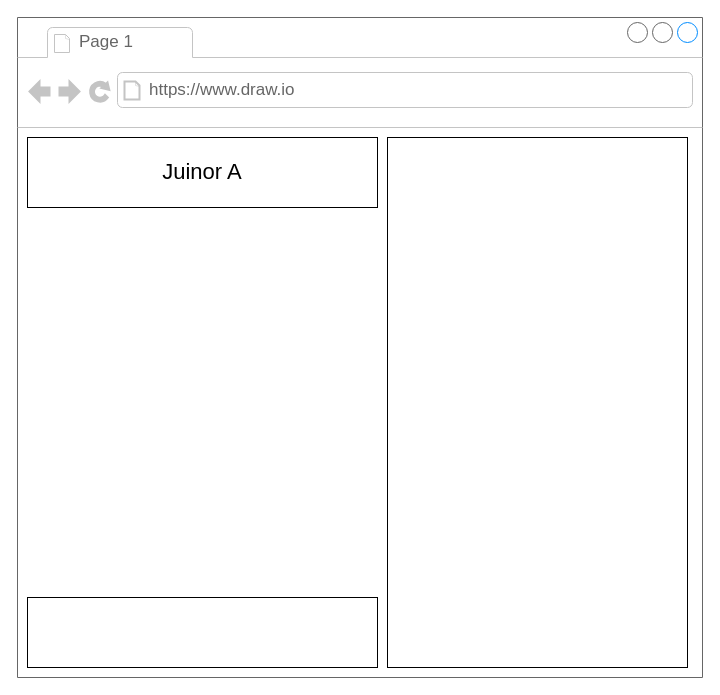
Before: page "Page-4" (4 of 4) of plan.drawio in ASDAH-Digtal/website-lilietablo, a draw.io diagram. Source tidied: cells renumbered, new cells numbered last; positions are measured from the earlier drawing's top-left corner, leaving out a move shared by most shapes. Both pictures are drawn from the tidied source at 100%, with x=0, y=0 at pixel (17, 17).
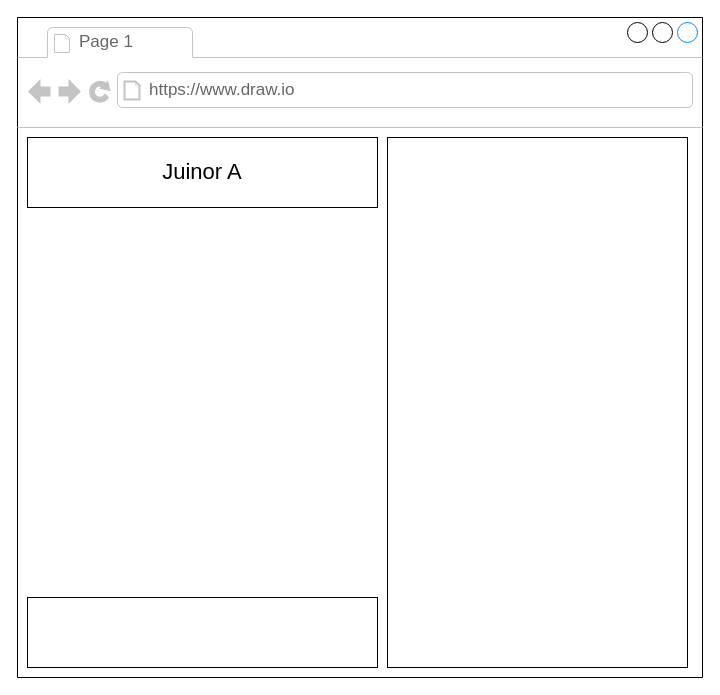
After the change.

Change to the diagram source:
```diff
@@
 <mxGraphModel>
   <root>
     <mxCell id="0" />
     <mxCell id="1" parent="0" />
-    <mxCell id="2" style="strokeWidth=1;shadow=0;dashed=0;align=center;html=1;shape=mxgraph.mockup.containers.browserWindow;rSize=0;strokeColor=#666666;strokeColor2=#008cff;strokeColor3=#c4c4c4;mainText=,;" parent="1" vertex="1">
+    <mxCell id="2" style="strokeWidth=1;shadow=0;dashed=0;align=center;html=1;shape=mxgraph.mockup.containers.browserWindow;rSize=0;strokeColor2=#008cff;strokeColor3=#c4c4c4;mainText=,;fillColor=none;" parent="1" vertex="1">
       <mxGeometry width="685" height="660" as="geometry" />
     </mxCell>
     <mxCell id="3" value="Page 1" style="strokeWidth=1;shadow=0;dashed=0;align=center;html=1;shape=mxgraph.mockup.containers.anchor;fontSize=17;fontColor=#666666;align=left;" parent="2" vertex="1">
       <mxGeometry x="60" y="12" width="110" height="26" as="geometry" />
     </mxCell>
     <mxCell id="4" value="https://www.draw.io" style="strokeWidth=1;shadow=0;dashed=0;align=center;html=1;shape=mxgraph.mockup.containers.anchor;rSize=0;fontSize=17;fontColor=#666666;align=left;" parent="2" vertex="1">
       <mxGeometry x="130" y="60" width="250" height="26" as="geometry" />
     </mxCell>
     <mxCell id="5" value="Juinor A" style="rounded=0;whiteSpace=wrap;html=1;fontSize=22;" parent="2" vertex="1">
       <mxGeometry x="10" y="120" width="350" height="70" as="geometry" />
     </mxCell>
     <mxCell id="6" style="rounded=0;whiteSpace=wrap;html=1;fontSize=22;" parent="2" vertex="1">
       <mxGeometry x="370" y="120" width="300" height="530" as="geometry" />
     </mxCell>
     <mxCell id="7" style="rounded=0;whiteSpace=wrap;html=1;fontSize=22;" parent="2" vertex="1">
       <mxGeometry x="10" y="580" width="350" height="70" as="geometry" />
     </mxCell>
   </root>
 </mxGraphModel>
```
